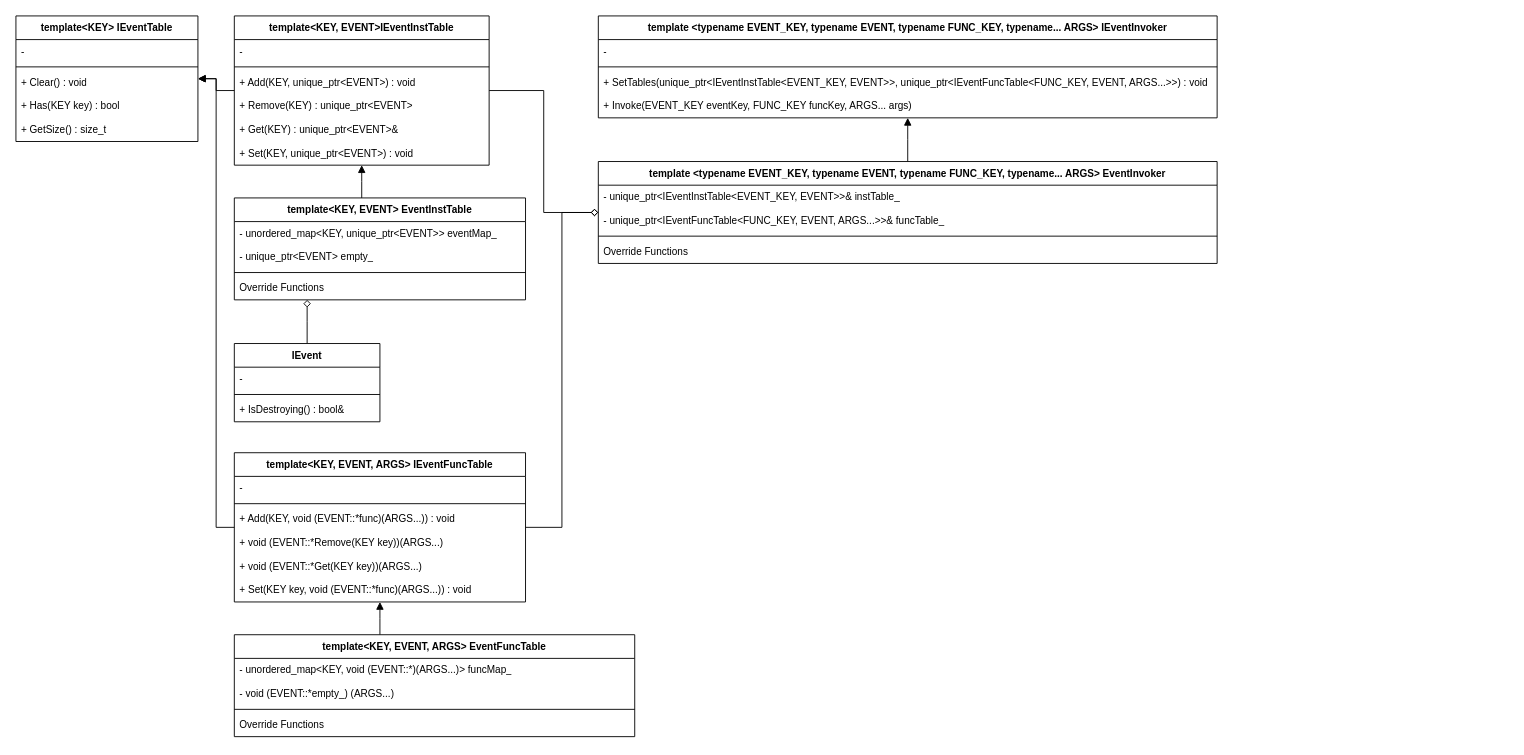
Before: page "Event" (2 of 10) of docs/module/class.drawio in Tanso-mct/Minecraft-DirectX, a draw.io diagram. Source tidied: cells renumbered, new cells numbered last; positions are measured from the earlier drawing's top-left corner, leaving out a move shared by most shapes. Both pictures are drawn from the tidied source at 91%, with x=0, y=0 at pixel (15, 15).
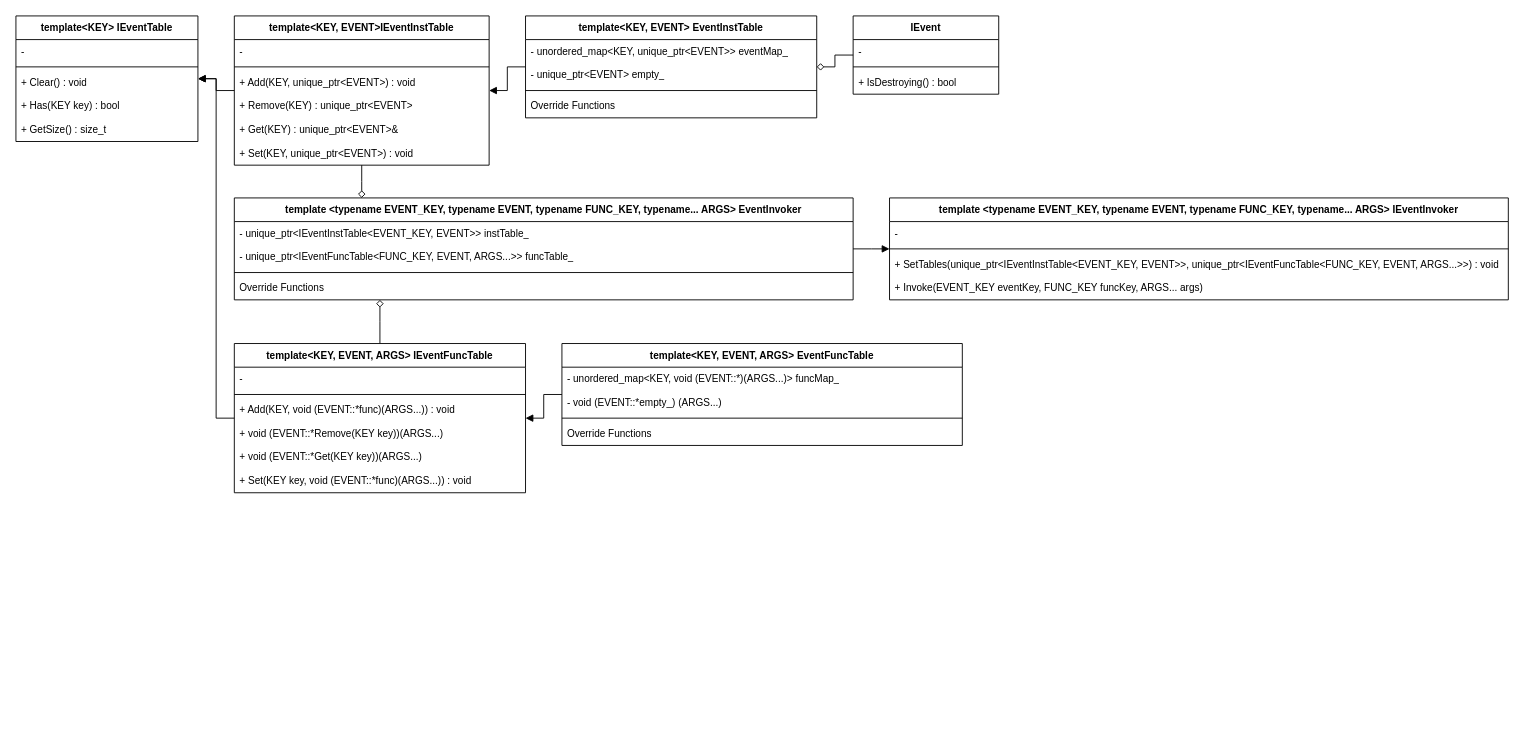
The same diagram, later.

Commit message (it also covers changes not shown here):
[UPDATE]End of Event creation.

The edit, as a diff of the source:
```diff
@@
     <mxCell id="12" value="IEvent" style="swimlane;fontStyle=1;align=center;verticalAlign=top;horizontal=1;startSize=26;whiteSpace=wrap;html=1;fontFamily=Helvetica;fontSize=11;fontColor=default;labelBackgroundColor=default;" parent="1" vertex="1">
-      <mxGeometry x="240" y="360" width="160" height="86" as="geometry" />
+      <mxGeometry x="920" width="160" height="86" as="geometry" />
     </mxCell>
@@
-    <mxCell id="15" value="+ IsDestroying() : bool&amp;amp;" style="text;strokeColor=none;fillColor=none;align=left;verticalAlign=top;spacingLeft=4;spacingRight=4;overflow=hidden;whiteSpace=wrap;html=1;fontFamily=Helvetica;fontSize=11;fontColor=default;labelBackgroundColor=default;" parent="12" vertex="1">
+    <mxCell id="15" value="+ IsDestroying() : bool" style="text;strokeColor=none;fillColor=none;align=left;verticalAlign=top;spacingLeft=4;spacingRight=4;overflow=hidden;whiteSpace=wrap;html=1;fontFamily=Helvetica;fontSize=11;fontColor=default;labelBackgroundColor=default;" parent="12" vertex="1">
       <mxGeometry y="60" width="160" height="26" as="geometry" />
     </mxCell>
@@
     <mxCell id="18" value="template&amp;lt;KEY, EVENT, ARGS&amp;gt; IEventFuncTable" style="swimlane;fontStyle=1;align=center;verticalAlign=top;horizontal=1;startSize=26;whiteSpace=wrap;html=1;fontFamily=Helvetica;fontSize=11;fontColor=default;labelBackgroundColor=default;" parent="1" vertex="1">
-      <mxGeometry x="240" y="480" width="320" height="164" as="geometry" />
+      <mxGeometry x="240" y="360" width="320" height="164" as="geometry" />
     </mxCell>
@@
     <mxCell id="25" value="template &amp;lt;typename EVENT_KEY, typename EVENT, typename FUNC_KEY, typename... ARGS&amp;gt; IEventInvoker" style="swimlane;fontStyle=1;align=center;verticalAlign=top;horizontal=1;startSize=26;whiteSpace=wrap;html=1;fontFamily=Helvetica;fontSize=11;fontColor=default;labelBackgroundColor=default;" parent="1" vertex="1">
-      <mxGeometry x="640" width="680" height="112" as="geometry" />
+      <mxGeometry x="960" y="200" width="680" height="112" as="geometry" />
     </mxCell>
@@
     <mxCell id="37" value="template&amp;lt;KEY, EVENT&amp;gt; EventInstTable" style="swimlane;fontStyle=1;align=center;verticalAlign=top;horizontal=1;startSize=26;whiteSpace=wrap;html=1;fontFamily=Helvetica;fontSize=11;fontColor=default;labelBackgroundColor=default;" parent="1" vertex="1">
-      <mxGeometry x="240" y="200" width="320" height="112" as="geometry" />
+      <mxGeometry x="560" width="320" height="112" as="geometry" />
     </mxCell>
@@
     <mxCell id="43" value="template&amp;lt;KEY, EVENT, ARGS&amp;gt; EventFuncTable" style="swimlane;fontStyle=1;align=center;verticalAlign=top;horizontal=1;startSize=26;whiteSpace=wrap;html=1;fontFamily=Helvetica;fontSize=11;fontColor=default;labelBackgroundColor=default;" parent="1" vertex="1">
-      <mxGeometry x="240" y="680" width="440" height="112" as="geometry" />
+      <mxGeometry x="600" y="360" width="440" height="112" as="geometry" />
     </mxCell>
@@
     <mxCell id="49" value="template &amp;lt;typename EVENT_KEY, typename EVENT, typename FUNC_KEY, typename... ARGS&amp;gt; EventInvoker" style="swimlane;fontStyle=1;align=center;verticalAlign=top;horizontal=1;startSize=26;whiteSpace=wrap;html=1;fontFamily=Helvetica;fontSize=11;fontColor=default;labelBackgroundColor=default;" parent="1" vertex="1">
-      <mxGeometry x="640" y="160" width="680" height="112" as="geometry" />
+      <mxGeometry x="240" y="200" width="680" height="112" as="geometry" />
     </mxCell>
-    <mxCell id="50" value="- unique_ptr&amp;lt;IEventInstTable&amp;lt;EVENT_KEY, EVENT&amp;gt;&amp;gt;&amp;amp; instTable_" style="text;strokeColor=none;fillColor=none;align=left;verticalAlign=top;spacingLeft=4;spacingRight=4;overflow=hidden;whiteSpace=wrap;html=1;fontFamily=Helvetica;fontSize=11;fontColor=default;labelBackgroundColor=default;" parent="49" vertex="1">
+    <mxCell id="50" value="- unique_ptr&amp;lt;IEventInstTable&amp;lt;EVENT_KEY, EVENT&amp;gt;&amp;gt; instTable_" style="text;strokeColor=none;fillColor=none;align=left;verticalAlign=top;spacingLeft=4;spacingRight=4;overflow=hidden;whiteSpace=wrap;html=1;fontFamily=Helvetica;fontSize=11;fontColor=default;labelBackgroundColor=default;" parent="49" vertex="1">
       <mxGeometry y="26" width="680" height="26" as="geometry" />
     </mxCell>
-    <mxCell id="51" value="- unique_ptr&amp;lt;IEventFuncTable&amp;lt;FUNC_KEY, EVENT, ARGS...&amp;gt;&amp;gt;&amp;amp; funcTable_" style="text;strokeColor=none;fillColor=none;align=left;verticalAlign=top;spacingLeft=4;spacingRight=4;overflow=hidden;whiteSpace=wrap;html=1;fontFamily=Helvetica;fontSize=11;fontColor=default;labelBackgroundColor=default;" parent="49" vertex="1">
+    <mxCell id="51" value="- unique_ptr&amp;lt;IEventFuncTable&amp;lt;FUNC_KEY, EVENT, ARGS...&amp;gt;&amp;gt; funcTable_" style="text;strokeColor=none;fillColor=none;align=left;verticalAlign=top;spacingLeft=4;spacingRight=4;overflow=hidden;whiteSpace=wrap;html=1;fontFamily=Helvetica;fontSize=11;fontColor=default;labelBackgroundColor=default;" parent="49" vertex="1">
       <mxGeometry y="52" width="680" height="26" as="geometry" />
     </mxCell>
```
